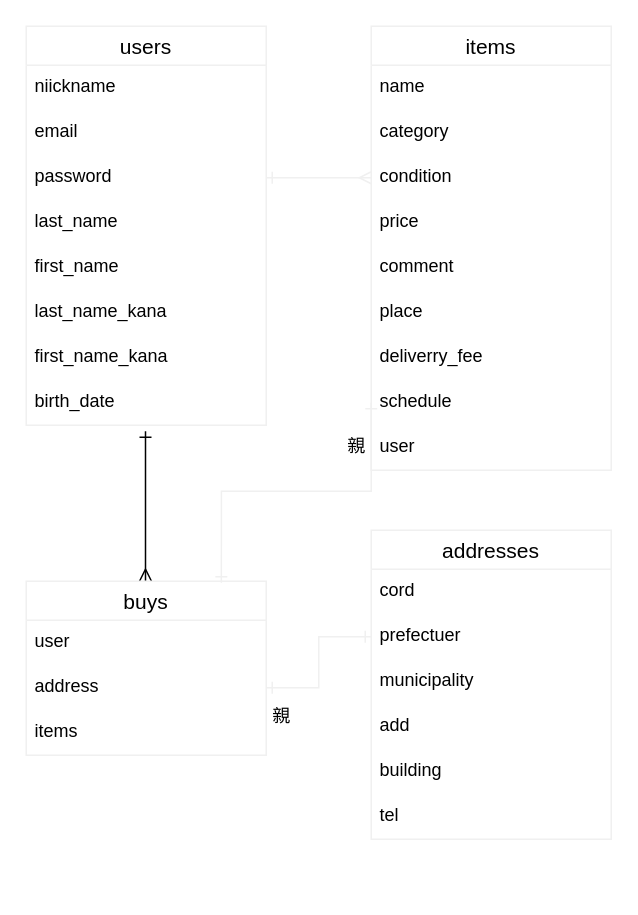
The draw.io diagram furima.dio in rdenden/furima-33051, before the edit. Source tidied: cells renumbered, new cells numbered last; positions are measured from the earlier drawing's top-left corner, leaving out a move shared by most shapes. Both pictures are drawn from the tidied source at 150%, with x=0, y=0 at pixel (26, 26).
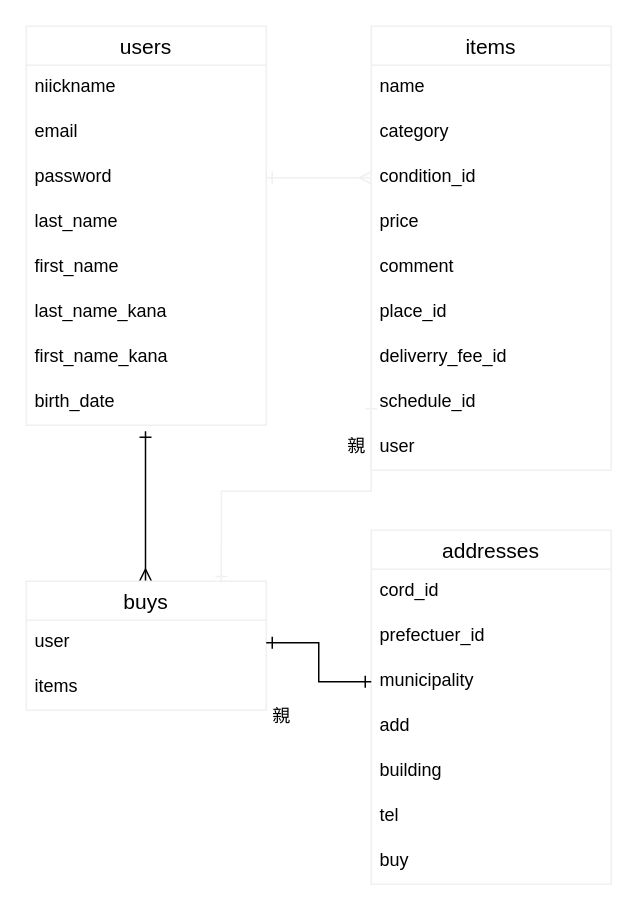
The same page after the edit.

Commit message (it also covers changes not shown here):
ER図とREADME作成を修正

The change refers to these unchanged cells:
```xml
<mxCell id="13" value="user" style="text;strokeColor=none;fillColor=none;spacingLeft=4;spacingRight=4;overflow=hidden;points=[[0,0.5],[1,0.5]];portConstraint=eastwest;fontSize=12;" parent="12" vertex="1">
  <mxGeometry y="26" width="160" height="30" as="geometry" />
</mxCell>
<mxCell id="16" value="items" style="swimlane;fontStyle=0;horizontal=1;startSize=26;align=center;fontSize=14;strokeColor=#F0F0F0;" parent="1" vertex="1">
  <mxGeometry x="230" width="160" height="296" as="geometry" />
</mxCell>
<mxCell id="31" value="municipality" style="text;strokeColor=none;fillColor=none;spacingLeft=4;spacingRight=4;overflow=hidden;points=[[0,0.5],[1,0.5]];portConstraint=eastwest;fontSize=12;" parent="28" vertex="1">
  <mxGeometry y="86" width="160" height="30" as="geometry" />
</mxCell>
```

Change to the diagram source:
```diff
@@
     <mxCell id="12" value="buys" style="swimlane;fontStyle=0;horizontal=1;startSize=26;align=center;fontSize=14;strokeColor=#F0F0F0;" parent="1" vertex="1">
-      <mxGeometry y="370" width="160" height="116" as="geometry" />
+      <mxGeometry y="370" width="160" height="86" as="geometry" />
     </mxCell>
@@
-    <mxCell id="14" value="address" style="text;strokeColor=none;fillColor=none;spacingLeft=4;spacingRight=4;overflow=hidden;points=[[0,0.5],[1,0.5]];portConstraint=eastwest;fontSize=12;" parent="12" vertex="1">
-      <mxGeometry y="56" width="160" height="30" as="geometry" />
-    </mxCell>
     <mxCell id="15" value="items" style="text;strokeColor=none;fillColor=none;spacingLeft=4;spacingRight=4;overflow=hidden;fontSize=12;" parent="12" vertex="1">
-      <mxGeometry y="86" width="160" height="30" as="geometry" />
+      <mxGeometry y="56" width="160" height="30" as="geometry" />
     </mxCell>
@@
-    <mxCell id="19" value="condition" style="text;strokeColor=none;fillColor=none;spacingLeft=4;spacingRight=4;overflow=hidden;points=[[0,0.5],[1,0.5]];portConstraint=eastwest;fontSize=12;" parent="16" vertex="1">
+    <mxCell id="19" value="condition_id" style="text;strokeColor=none;fillColor=none;spacingLeft=4;spacingRight=4;overflow=hidden;points=[[0,0.5],[1,0.5]];portConstraint=eastwest;fontSize=12;" parent="16" vertex="1">
       <mxGeometry y="86" width="160" height="30" as="geometry" />
     </mxCell>
@@
-    <mxCell id="22" value="place" style="text;strokeColor=none;fillColor=none;spacingLeft=4;spacingRight=4;overflow=hidden;fontSize=12;" parent="16" vertex="1">
+    <mxCell id="22" value="place_id" style="text;strokeColor=none;fillColor=none;spacingLeft=4;spacingRight=4;overflow=hidden;fontSize=12;" parent="16" vertex="1">
       <mxGeometry y="176" width="160" height="30" as="geometry" />
     </mxCell>
-    <mxCell id="23" value="deliverry_fee" style="text;strokeColor=none;fillColor=none;spacingLeft=4;spacingRight=4;overflow=hidden;fontSize=12;" parent="16" vertex="1">
+    <mxCell id="23" value="deliverry_fee_id" style="text;strokeColor=none;fillColor=none;spacingLeft=4;spacingRight=4;overflow=hidden;fontSize=12;" parent="16" vertex="1">
       <mxGeometry y="206" width="160" height="30" as="geometry" />
     </mxCell>
-    <mxCell id="24" value="schedule" style="text;strokeColor=none;fillColor=none;spacingLeft=4;spacingRight=4;overflow=hidden;points=[[0,0.5],[1,0.5]];portConstraint=eastwest;fontSize=12;" parent="16" vertex="1">
+    <mxCell id="24" value="schedule_id" style="text;strokeColor=none;fillColor=none;spacingLeft=4;spacingRight=4;overflow=hidden;points=[[0,0.5],[1,0.5]];portConstraint=eastwest;fontSize=12;" parent="16" vertex="1">
       <mxGeometry y="236" width="160" height="30" as="geometry" />
     </mxCell>
@@
     <mxCell id="28" value="addresses" style="swimlane;fontStyle=0;horizontal=1;startSize=26;align=center;fontSize=14;strokeColor=#F0F0F0;" parent="1" vertex="1">
-      <mxGeometry x="230" y="336" width="160" height="206" as="geometry" />
+      <mxGeometry x="230" y="336" width="160" height="236" as="geometry" />
     </mxCell>
-    <mxCell id="29" value="cord" style="text;strokeColor=none;fillColor=none;spacingLeft=4;spacingRight=4;overflow=hidden;fontSize=12;" parent="28" vertex="1">
+    <mxCell id="29" value="cord_id" style="text;strokeColor=none;fillColor=none;spacingLeft=4;spacingRight=4;overflow=hidden;fontSize=12;" parent="28" vertex="1">
       <mxGeometry y="26" width="160" height="30" as="geometry" />
     </mxCell>
-    <mxCell id="30" value="prefectuer" style="text;strokeColor=none;fillColor=none;spacingLeft=4;spacingRight=4;overflow=hidden;points=[[0,0.5],[1,0.5]];portConstraint=eastwest;fontSize=12;" parent="28" vertex="1">
+    <mxCell id="30" value="prefectuer_id" style="text;strokeColor=none;fillColor=none;spacingLeft=4;spacingRight=4;overflow=hidden;points=[[0,0.5],[1,0.5]];portConstraint=eastwest;fontSize=12;" parent="28" vertex="1">
       <mxGeometry y="56" width="160" height="30" as="geometry" />
     </mxCell>
@@
+    <mxCell id="38" value="tel" style="text;strokeColor=none;fillColor=none;spacingLeft=4;spacingRight=4;overflow=hidden;fontSize=12;" parent="28" vertex="1">
+      <mxGeometry y="176" width="160" height="30" as="geometry" />
+    </mxCell>
-    <mxCell id="34" value="tel" style="text;strokeColor=none;fillColor=none;spacingLeft=4;spacingRight=4;overflow=hidden;fontSize=12;" parent="28" vertex="1">
-      <mxGeometry y="176" width="160" height="30" as="geometry" />
+    <mxCell id="34" value="buy" style="text;strokeColor=none;fillColor=none;spacingLeft=4;spacingRight=4;overflow=hidden;fontSize=12;" parent="28" vertex="1">
+      <mxGeometry y="206" width="160" height="30" as="geometry" />
     </mxCell>
-    <mxCell id="35" style="edgeStyle=orthogonalEdgeStyle;rounded=0;jettySize=auto;html=1;exitX=1;exitY=0.5;exitDx=0;exitDy=0;startArrow=ERone;startFill=0;endArrow=ERone;endFill=0;strokeColor=#f0f0f0;entryX=0;entryY=0.5;entryDx=0;entryDy=0;" parent="1" edge="1" source="14" target="30">
-      <mxGeometry relative="1" as="geometry" />
-    </mxCell>
@@
+    <mxCell id="39" style="edgeStyle=orthogonalEdgeStyle;rounded=0;jettySize=auto;html=1;exitX=1;exitY=0.5;exitDx=0;exitDy=0;entryX=0;entryY=0.5;entryDx=0;entryDy=0;endArrow=ERone;endFill=0;startArrow=ERone;startFill=0;" parent="1" edge="1" source="13" target="31">
+      <mxGeometry relative="1" as="geometry" />
+    </mxCell>
```
